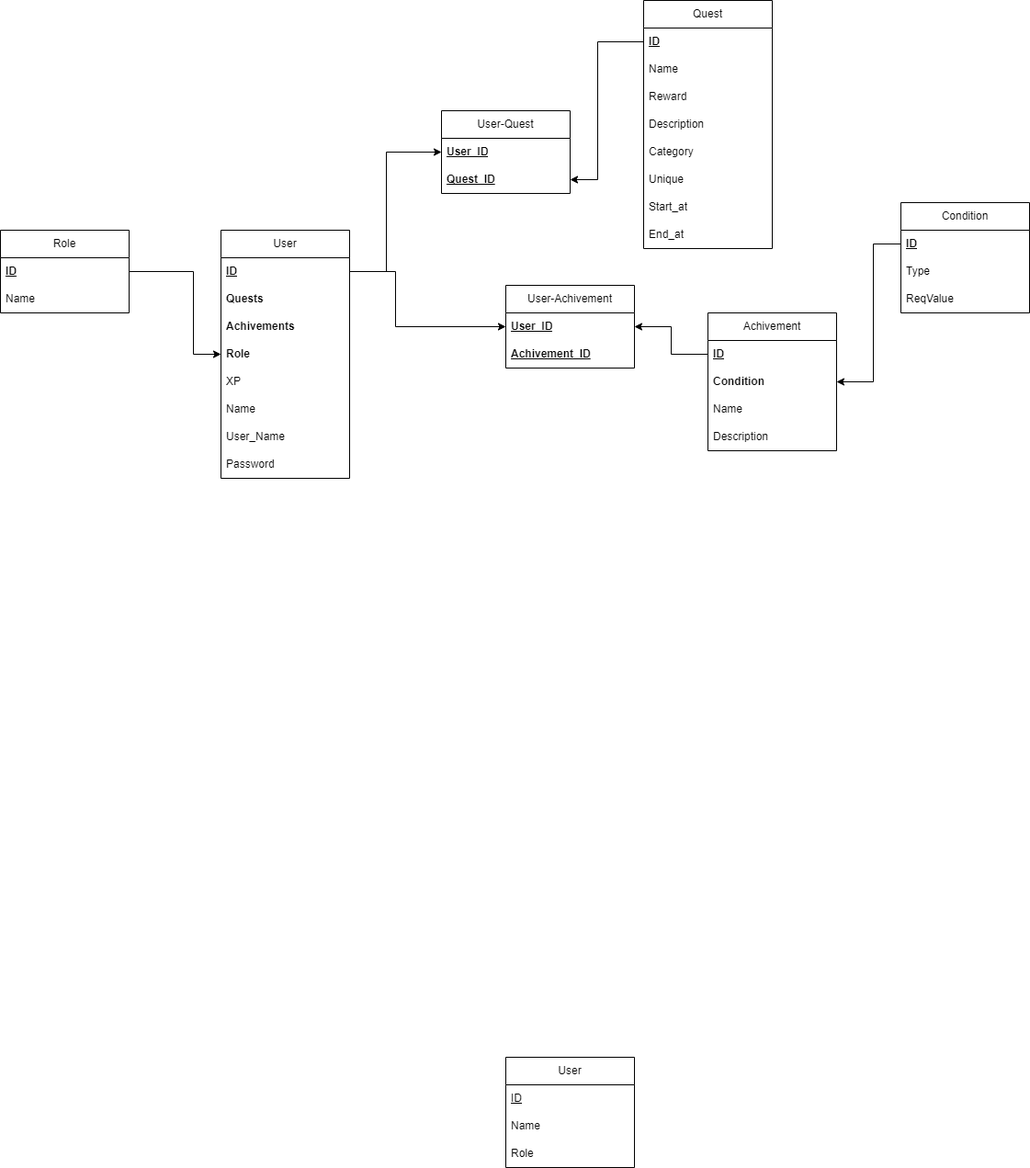
The draw.io diagram 24.11.12/QustifyDB.drawio.png in CodeCrusaiderTrio/Project_work_productivity, before a commit. Source tidied: cells renumbered, new cells last; positions are measured from the earlier drawing's top-left corner, leaving out a move shared by most shapes. The source it was exported from:
```xml
<mxGraphModel>
  <root>
    <mxCell id="0" />
    <mxCell id="1" parent="0" />
    <mxCell id="2" value="User" style="swimlane;fontStyle=0;horizontal=1;startSize=30;whiteSpace=wrap;html=1;" parent="1" vertex="1">
      <mxGeometry x="550" y="1150" width="140" height="120" as="geometry" />
    </mxCell>
    <mxCell id="3" value="&lt;u&gt;ID&lt;/u&gt;" style="text;strokeColor=none;fillColor=none;align=left;verticalAlign=middle;spacingLeft=4;spacingRight=4;overflow=hidden;whiteSpace=wrap;html=1;" parent="2" vertex="1">
      <mxGeometry y="30" width="140" height="30" as="geometry" />
    </mxCell>
    <mxCell id="4" value="Name" style="text;strokeColor=none;fillColor=none;align=left;verticalAlign=middle;spacingLeft=4;spacingRight=4;overflow=hidden;whiteSpace=wrap;html=1;" parent="2" vertex="1">
      <mxGeometry y="60" width="140" height="30" as="geometry" />
    </mxCell>
    <mxCell id="5" value="Role" style="text;strokeColor=none;fillColor=none;align=left;verticalAlign=middle;spacingLeft=4;spacingRight=4;overflow=hidden;whiteSpace=wrap;html=1;" parent="2" vertex="1">
      <mxGeometry y="90" width="140" height="30" as="geometry" />
    </mxCell>
    <mxCell id="6" value="User" style="swimlane;fontStyle=0;horizontal=1;startSize=30;whiteSpace=wrap;html=1;" parent="1" vertex="1">
      <mxGeometry x="240" y="250" width="140" height="270" as="geometry" />
    </mxCell>
    <mxCell id="7" value="&lt;u&gt;&lt;b&gt;ID&lt;/b&gt;&lt;/u&gt;" style="text;strokeColor=none;fillColor=none;align=left;verticalAlign=middle;spacingLeft=4;spacingRight=4;overflow=hidden;points=[[0,0.5],[1,0.5]];portConstraint=eastwest;whiteSpace=wrap;html=1;" parent="6" vertex="1">
      <mxGeometry y="30" width="140" height="30" as="geometry" />
    </mxCell>
    <mxCell id="8" value="&lt;b&gt;Quests&lt;/b&gt;" style="text;strokeColor=none;fillColor=none;align=left;verticalAlign=middle;spacingLeft=4;spacingRight=4;overflow=hidden;whiteSpace=wrap;html=1;" parent="6" vertex="1">
      <mxGeometry y="60" width="140" height="30" as="geometry" />
    </mxCell>
    <mxCell id="9" value="&lt;b&gt;Achivements&lt;/b&gt;" style="text;strokeColor=none;fillColor=none;align=left;verticalAlign=middle;spacingLeft=4;spacingRight=4;overflow=hidden;whiteSpace=wrap;html=1;" parent="6" vertex="1">
      <mxGeometry y="90" width="140" height="30" as="geometry" />
    </mxCell>
    <mxCell id="10" value="&lt;b&gt;Role&lt;/b&gt;" style="text;strokeColor=none;fillColor=none;align=left;verticalAlign=middle;spacingLeft=4;spacingRight=4;overflow=hidden;points=[[0,0.5],[1,0.5]];portConstraint=eastwest;whiteSpace=wrap;html=1;" parent="6" vertex="1">
      <mxGeometry y="120" width="140" height="30" as="geometry" />
    </mxCell>
    <mxCell id="11" value="XP" style="text;strokeColor=none;fillColor=none;align=left;verticalAlign=middle;spacingLeft=4;spacingRight=4;overflow=hidden;whiteSpace=wrap;html=1;" parent="6" vertex="1">
      <mxGeometry y="150" width="140" height="30" as="geometry" />
    </mxCell>
    <mxCell id="12" value="Name" style="text;strokeColor=none;fillColor=none;align=left;verticalAlign=middle;spacingLeft=4;spacingRight=4;overflow=hidden;whiteSpace=wrap;html=1;" parent="6" vertex="1">
      <mxGeometry y="180" width="140" height="30" as="geometry" />
    </mxCell>
    <mxCell id="13" value="User_Name" style="text;strokeColor=none;fillColor=none;align=left;verticalAlign=middle;spacingLeft=4;spacingRight=4;overflow=hidden;whiteSpace=wrap;html=1;" parent="6" vertex="1">
      <mxGeometry y="210" width="140" height="30" as="geometry" />
    </mxCell>
    <mxCell id="14" value="Password" style="text;strokeColor=none;fillColor=none;align=left;verticalAlign=middle;spacingLeft=4;spacingRight=4;overflow=hidden;whiteSpace=wrap;html=1;" parent="6" vertex="1">
      <mxGeometry y="240" width="140" height="30" as="geometry" />
    </mxCell>
    <mxCell id="15" value="Quest" style="swimlane;fontStyle=0;horizontal=1;startSize=30;whiteSpace=wrap;html=1;" parent="1" vertex="1">
      <mxGeometry x="700" width="140" height="270" as="geometry" />
    </mxCell>
    <mxCell id="16" value="&lt;u&gt;&lt;b&gt;ID&lt;/b&gt;&lt;/u&gt;" style="text;strokeColor=none;fillColor=none;align=left;verticalAlign=middle;spacingLeft=4;spacingRight=4;overflow=hidden;points=[[0,0.5],[1,0.5]];portConstraint=eastwest;whiteSpace=wrap;html=1;" parent="15" vertex="1">
      <mxGeometry y="30" width="140" height="30" as="geometry" />
    </mxCell>
    <mxCell id="17" value="Name" style="text;strokeColor=none;fillColor=none;align=left;verticalAlign=middle;spacingLeft=4;spacingRight=4;overflow=hidden;whiteSpace=wrap;html=1;" parent="15" vertex="1">
      <mxGeometry y="60" width="140" height="30" as="geometry" />
    </mxCell>
    <mxCell id="18" value="Reward" style="text;strokeColor=none;fillColor=none;align=left;verticalAlign=middle;spacingLeft=4;spacingRight=4;overflow=hidden;whiteSpace=wrap;html=1;" parent="15" vertex="1">
      <mxGeometry y="90" width="140" height="30" as="geometry" />
    </mxCell>
    <mxCell id="19" value="Description" style="text;strokeColor=none;fillColor=none;align=left;verticalAlign=middle;spacingLeft=4;spacingRight=4;overflow=hidden;whiteSpace=wrap;html=1;" parent="15" vertex="1">
      <mxGeometry y="120" width="140" height="30" as="geometry" />
    </mxCell>
    <mxCell id="20" value="Category" style="text;strokeColor=none;fillColor=none;align=left;verticalAlign=middle;spacingLeft=4;spacingRight=4;overflow=hidden;whiteSpace=wrap;html=1;" parent="15" vertex="1">
      <mxGeometry y="150" width="140" height="30" as="geometry" />
    </mxCell>
    <mxCell id="21" value="Unique" style="text;strokeColor=none;fillColor=none;align=left;verticalAlign=middle;spacingLeft=4;spacingRight=4;overflow=hidden;whiteSpace=wrap;html=1;" parent="15" vertex="1">
      <mxGeometry y="180" width="140" height="30" as="geometry" />
    </mxCell>
    <mxCell id="22" value="Start_at" style="text;strokeColor=none;fillColor=none;align=left;verticalAlign=middle;spacingLeft=4;spacingRight=4;overflow=hidden;whiteSpace=wrap;html=1;" parent="15" vertex="1">
      <mxGeometry y="210" width="140" height="30" as="geometry" />
    </mxCell>
    <mxCell id="23" value="End_at" style="text;strokeColor=none;fillColor=none;align=left;verticalAlign=middle;spacingLeft=4;spacingRight=4;overflow=hidden;whiteSpace=wrap;html=1;" parent="15" vertex="1">
      <mxGeometry y="240" width="140" height="30" as="geometry" />
    </mxCell>
    <mxCell id="24" value="Role" style="swimlane;fontStyle=0;horizontal=1;startSize=30;whiteSpace=wrap;html=1;" parent="1" vertex="1">
      <mxGeometry y="250" width="140" height="90" as="geometry" />
    </mxCell>
    <mxCell id="25" value="&lt;u&gt;&lt;b&gt;ID&lt;/b&gt;&lt;/u&gt;" style="text;strokeColor=none;fillColor=none;align=left;verticalAlign=middle;spacingLeft=4;spacingRight=4;overflow=hidden;points=[[0,0.5],[1,0.5]];portConstraint=eastwest;whiteSpace=wrap;html=1;" parent="24" vertex="1">
      <mxGeometry y="30" width="140" height="30" as="geometry" />
    </mxCell>
    <mxCell id="26" value="Name" style="text;strokeColor=none;fillColor=none;align=left;verticalAlign=middle;spacingLeft=4;spacingRight=4;overflow=hidden;whiteSpace=wrap;html=1;" parent="24" vertex="1">
      <mxGeometry y="60" width="140" height="30" as="geometry" />
    </mxCell>
    <mxCell id="27" value="Achivement" style="swimlane;fontStyle=0;horizontal=1;startSize=30;whiteSpace=wrap;html=1;" parent="1" vertex="1">
      <mxGeometry x="770" y="340" width="140" height="150" as="geometry" />
    </mxCell>
    <mxCell id="28" value="&lt;u&gt;&lt;b&gt;ID&lt;/b&gt;&lt;/u&gt;" style="text;strokeColor=none;fillColor=none;align=left;verticalAlign=middle;spacingLeft=4;spacingRight=4;overflow=hidden;points=[[0,0.5],[1,0.5]];portConstraint=eastwest;whiteSpace=wrap;html=1;" parent="27" vertex="1">
      <mxGeometry y="30" width="140" height="30" as="geometry" />
    </mxCell>
    <mxCell id="29" value="&lt;b&gt;Condition&lt;/b&gt;" style="text;strokeColor=none;fillColor=none;align=left;verticalAlign=middle;spacingLeft=4;spacingRight=4;overflow=hidden;points=[[0,0.5],[1,0.5]];portConstraint=eastwest;whiteSpace=wrap;html=1;" parent="27" vertex="1">
      <mxGeometry y="60" width="140" height="30" as="geometry" />
    </mxCell>
    <mxCell id="30" value="Name" style="text;strokeColor=none;fillColor=none;align=left;verticalAlign=middle;spacingLeft=4;spacingRight=4;overflow=hidden;whiteSpace=wrap;html=1;" parent="27" vertex="1">
      <mxGeometry y="90" width="140" height="30" as="geometry" />
    </mxCell>
    <mxCell id="31" value="Description&lt;span style=&quot;color: rgba(0, 0, 0, 0); font-family: monospace; font-size: 0px;&quot;&gt;%3CmxGraphModel%3E%3Croot%3E%3CmxCell%20id%3D%220%22%2F%3E%3CmxCell%20id%3D%221%22%20parent%3D%220%22%2F%3E%3CmxCell%20id%3D%222%22%20value%3D%22Quest%22%20style%3D%22swimlane%3BfontStyle%3D0%3BchildLayout%3DstackLayout%3Bhorizontal%3D1%3BstartSize%3D30%3BhorizontalStack%3D0%3BresizeParent%3D1%3BresizeParentMax%3D0%3BresizeLast%3D0%3Bcollapsible%3D1%3BmarginBottom%3D0%3BwhiteSpace%3Dwrap%3Bhtml%3D1%3B%22%20vertex%3D%221%22%20parent%3D%221%22%3E%3CmxGeometry%20x%3D%22-330%22%20y%3D%22-450%22%20width%3D%22140%22%20height%3D%2290%22%20as%3D%22geometry%22%2F%3E%3C%2FmxCell%3E%3CmxCell%20id%3D%223%22%20value%3D%22%26lt%3Bu%26gt%3BID%26lt%3B%2Fu%26gt%3B%22%20style%3D%22text%3BstrokeColor%3Dnone%3BfillColor%3Dnone%3Balign%3Dleft%3BverticalAlign%3Dmiddle%3BspacingLeft%3D4%3BspacingRight%3D4%3Boverflow%3Dhidden%3Bpoints%3D%5B%5B0%2C0.5%5D%2C%5B1%2C0.5%5D%5D%3BportConstraint%3Deastwest%3Brotatable%3D0%3BwhiteSpace%3Dwrap%3Bhtml%3D1%3B%22%20vertex%3D%221%22%20parent%3D%222%22%3E%3CmxGeometry%20y%3D%2230%22%20width%3D%22140%22%20height%3D%2230%22%20as%3D%22geometry%22%2F%3E%3C%2FmxCell%3E%3CmxCell%20id%3D%224%22%20value%3D%22Description%22%20style%3D%22text%3BstrokeColor%3Dnone%3BfillColor%3Dnone%3Balign%3Dleft%3BverticalAlign%3Dmiddle%3BspacingLeft%3D4%3BspacingRight%3D4%3Boverflow%3Dhidden%3Bpoints%3D%5B%5B0%2C0.5%5D%2C%5B1%2C0.5%5D%5D%3BportConstraint%3Deastwest%3Brotatable%3D0%3BwhiteSpace%3Dwrap%3Bhtml%3D1%3B%22%20vertex%3D%221%22%20parent%3D%222%22%3E%3CmxGeometry%20y%3D%2260%22%20width%3D%22140%22%20height%3D%2230%22%20as%3D%22geometry%22%2F%3E%3C%2FmxCell%3E%3C%2Froot%3E%3C%2FmxGraphModel%3E&lt;/span&gt;" style="text;strokeColor=none;fillColor=none;align=left;verticalAlign=middle;spacingLeft=4;spacingRight=4;overflow=hidden;whiteSpace=wrap;html=1;" parent="27" vertex="1">
      <mxGeometry y="120" width="140" height="30" as="geometry" />
    </mxCell>
    <mxCell id="32" value="User-Quest" style="swimlane;fontStyle=0;horizontal=1;startSize=30;whiteSpace=wrap;html=1;" parent="1" vertex="1">
      <mxGeometry x="480" y="120" width="140" height="90" as="geometry" />
    </mxCell>
    <mxCell id="33" value="&lt;u&gt;&lt;b&gt;User_ID&lt;/b&gt;&lt;/u&gt;" style="text;strokeColor=none;fillColor=none;align=left;verticalAlign=middle;spacingLeft=4;spacingRight=4;overflow=hidden;points=[[0,0.5],[1,0.5]];portConstraint=eastwest;whiteSpace=wrap;html=1;" parent="32" vertex="1">
      <mxGeometry y="30" width="140" height="30" as="geometry" />
    </mxCell>
    <mxCell id="34" value="&lt;b&gt;&lt;u&gt;Quest_ID&lt;/u&gt;&lt;/b&gt;" style="text;strokeColor=none;fillColor=none;align=left;verticalAlign=middle;spacingLeft=4;spacingRight=4;overflow=hidden;points=[[0,0.5],[1,0.5]];portConstraint=eastwest;whiteSpace=wrap;html=1;" parent="32" vertex="1">
      <mxGeometry y="60" width="140" height="30" as="geometry" />
    </mxCell>
    <mxCell id="35" value="User-Achivement" style="swimlane;fontStyle=0;horizontal=1;startSize=30;whiteSpace=wrap;html=1;" parent="1" vertex="1">
      <mxGeometry x="550" y="310" width="140" height="90" as="geometry" />
    </mxCell>
    <mxCell id="36" value="&lt;b&gt;&lt;u&gt;User_ID&lt;/u&gt;&lt;/b&gt;" style="text;strokeColor=none;fillColor=none;align=left;verticalAlign=middle;spacingLeft=4;spacingRight=4;overflow=hidden;points=[[0,0.5],[1,0.5]];portConstraint=eastwest;whiteSpace=wrap;html=1;" parent="35" vertex="1">
      <mxGeometry y="30" width="140" height="30" as="geometry" />
    </mxCell>
    <mxCell id="37" value="&lt;b&gt;&lt;u&gt;Achivement_ID&lt;/u&gt;&lt;/b&gt;" style="text;strokeColor=none;fillColor=none;align=left;verticalAlign=middle;spacingLeft=4;spacingRight=4;overflow=hidden;points=[[0,0.5],[1,0.5]];portConstraint=eastwest;whiteSpace=wrap;html=1;" parent="35" vertex="1">
      <mxGeometry y="60" width="140" height="30" as="geometry" />
    </mxCell>
    <mxCell id="38" style="edgeStyle=none;html=1;entryX=0;entryY=0.5;entryDx=0;entryDy=0;exitX=1;exitY=0.5;exitDx=0;exitDy=0;rounded=0;" parent="1" edge="1" source="7" target="33">
      <mxGeometry relative="1" as="geometry">
        <Array as="points">
          <mxPoint x="420" y="295" />
          <mxPoint x="420" y="165" />
        </Array>
      </mxGeometry>
    </mxCell>
    <mxCell id="39" style="edgeStyle=none;html=1;entryX=0;entryY=0.5;entryDx=0;entryDy=0;exitX=1;exitY=0.5;exitDx=0;exitDy=0;rounded=0;" parent="1" edge="1" source="7" target="36">
      <mxGeometry relative="1" as="geometry">
        <Array as="points">
          <mxPoint x="430" y="295" />
          <mxPoint x="430" y="355" />
        </Array>
      </mxGeometry>
    </mxCell>
    <mxCell id="40" style="edgeStyle=none;rounded=0;html=1;exitX=0;exitY=0.5;exitDx=0;exitDy=0;entryX=1;entryY=0.5;entryDx=0;entryDy=0;" parent="1" edge="1" source="28" target="36">
      <mxGeometry relative="1" as="geometry">
        <Array as="points">
          <mxPoint x="730" y="385" />
          <mxPoint x="730" y="355" />
        </Array>
      </mxGeometry>
    </mxCell>
    <mxCell id="41" style="edgeStyle=none;rounded=0;html=1;exitX=0;exitY=0.5;exitDx=0;exitDy=0;entryX=1;entryY=0.5;entryDx=0;entryDy=0;" parent="1" edge="1" source="16" target="34">
      <mxGeometry relative="1" as="geometry">
        <Array as="points">
          <mxPoint x="650" y="45" />
          <mxPoint x="650" y="195" />
        </Array>
      </mxGeometry>
    </mxCell>
    <mxCell id="42" style="edgeStyle=none;rounded=0;html=1;exitX=1;exitY=0.5;exitDx=0;exitDy=0;entryX=0;entryY=0.5;entryDx=0;entryDy=0;" parent="1" edge="1" source="25" target="10">
      <mxGeometry relative="1" as="geometry">
        <Array as="points">
          <mxPoint x="210" y="295" />
          <mxPoint x="210" y="385" />
        </Array>
      </mxGeometry>
    </mxCell>
    <mxCell id="43" value="Condition" style="swimlane;fontStyle=0;horizontal=1;startSize=30;whiteSpace=wrap;html=1;" parent="1" vertex="1">
      <mxGeometry x="980" y="220" width="140" height="120" as="geometry" />
    </mxCell>
    <mxCell id="44" value="&lt;u&gt;&lt;b&gt;ID&lt;/b&gt;&lt;/u&gt;" style="text;strokeColor=none;fillColor=none;align=left;verticalAlign=middle;spacingLeft=4;spacingRight=4;overflow=hidden;points=[[0,0.5],[1,0.5]];portConstraint=eastwest;whiteSpace=wrap;html=1;" parent="43" vertex="1">
      <mxGeometry y="30" width="140" height="30" as="geometry" />
    </mxCell>
    <mxCell id="45" value="Type" style="text;strokeColor=none;fillColor=none;align=left;verticalAlign=middle;spacingLeft=4;spacingRight=4;overflow=hidden;whiteSpace=wrap;html=1;" parent="43" vertex="1">
      <mxGeometry y="60" width="140" height="30" as="geometry" />
    </mxCell>
    <mxCell id="46" value="ReqValue" style="text;strokeColor=none;fillColor=none;align=left;verticalAlign=middle;spacingLeft=4;spacingRight=4;overflow=hidden;whiteSpace=wrap;html=1;" parent="43" vertex="1">
      <mxGeometry y="90" width="140" height="30" as="geometry" />
    </mxCell>
    <mxCell id="47" style="edgeStyle=none;rounded=0;html=1;entryX=1;entryY=0.5;entryDx=0;entryDy=0;exitX=0;exitY=0.5;exitDx=0;exitDy=0;" parent="1" edge="1" source="44" target="29">
      <mxGeometry relative="1" as="geometry">
        <Array as="points">
          <mxPoint x="950" y="265" />
          <mxPoint x="950" y="415" />
        </Array>
      </mxGeometry>
    </mxCell>
  </root>
</mxGraphModel>
```
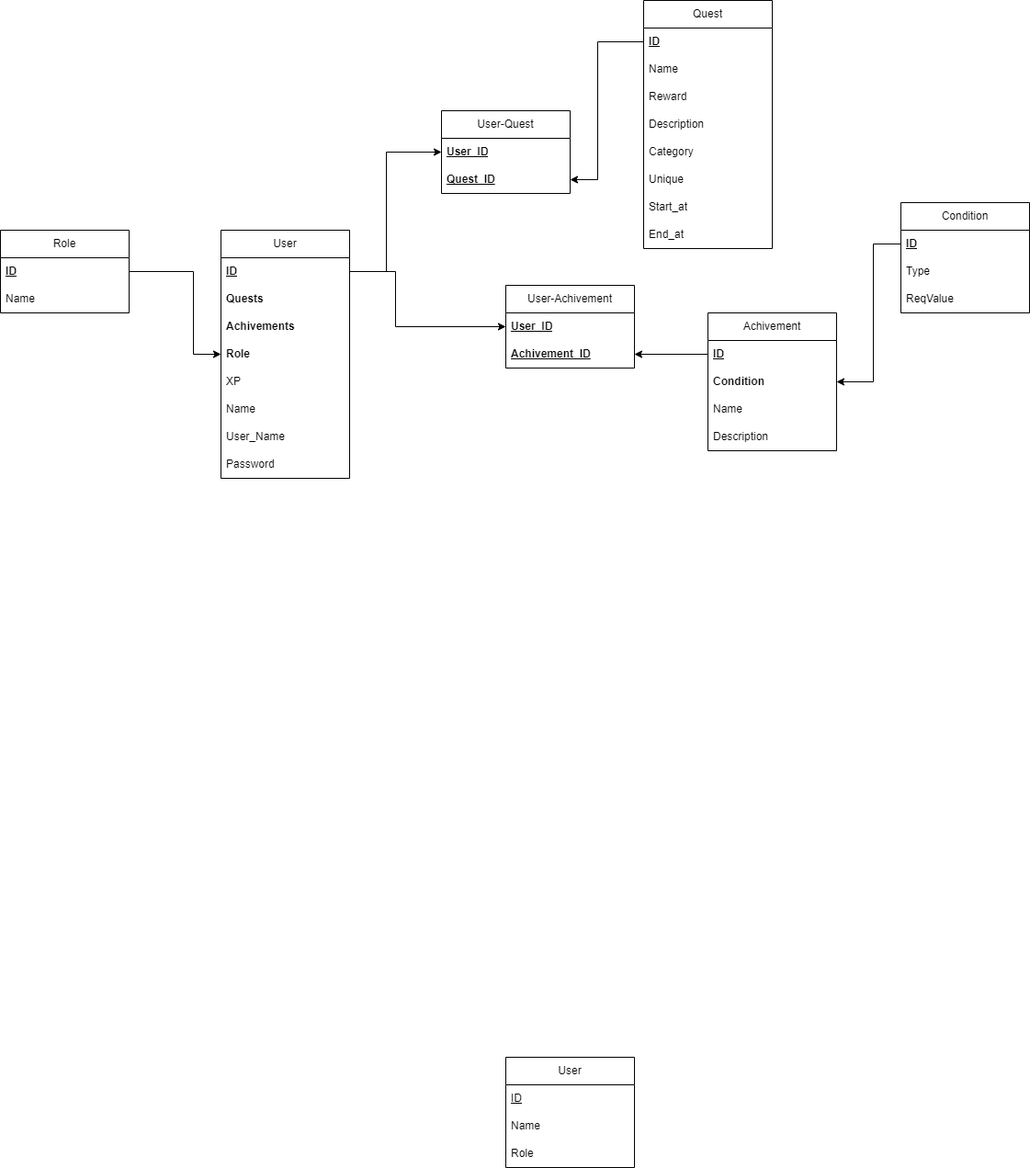
Above is the later version.

What changed in the source:
```diff
@@ -126,14 +126,6 @@
         </Array>
       </mxGeometry>
     </mxCell>
-    <mxCell id="40" style="edgeStyle=none;rounded=0;html=1;exitX=0;exitY=0.5;exitDx=0;exitDy=0;entryX=1;entryY=0.5;entryDx=0;entryDy=0;" parent="1" edge="1" source="28" target="36">
-      <mxGeometry relative="1" as="geometry">
-        <Array as="points">
-          <mxPoint x="730" y="385" />
-          <mxPoint x="730" y="355" />
-        </Array>
-      </mxGeometry>
-    </mxCell>
     <mxCell id="41" style="edgeStyle=none;rounded=0;html=1;exitX=0;exitY=0.5;exitDx=0;exitDy=0;entryX=1;entryY=0.5;entryDx=0;entryDy=0;" parent="1" edge="1" source="16" target="34">
       <mxGeometry relative="1" as="geometry">
         <Array as="points">
@@ -170,5 +162,8 @@
         </Array>
       </mxGeometry>
     </mxCell>
+    <mxCell id="48" style="edgeStyle=none;html=1;entryX=1;entryY=0.5;entryDx=0;entryDy=0;" parent="1" edge="1" source="28" target="37">
+      <mxGeometry relative="1" as="geometry" />
+    </mxCell>
   </root>
 </mxGraphModel>
```
